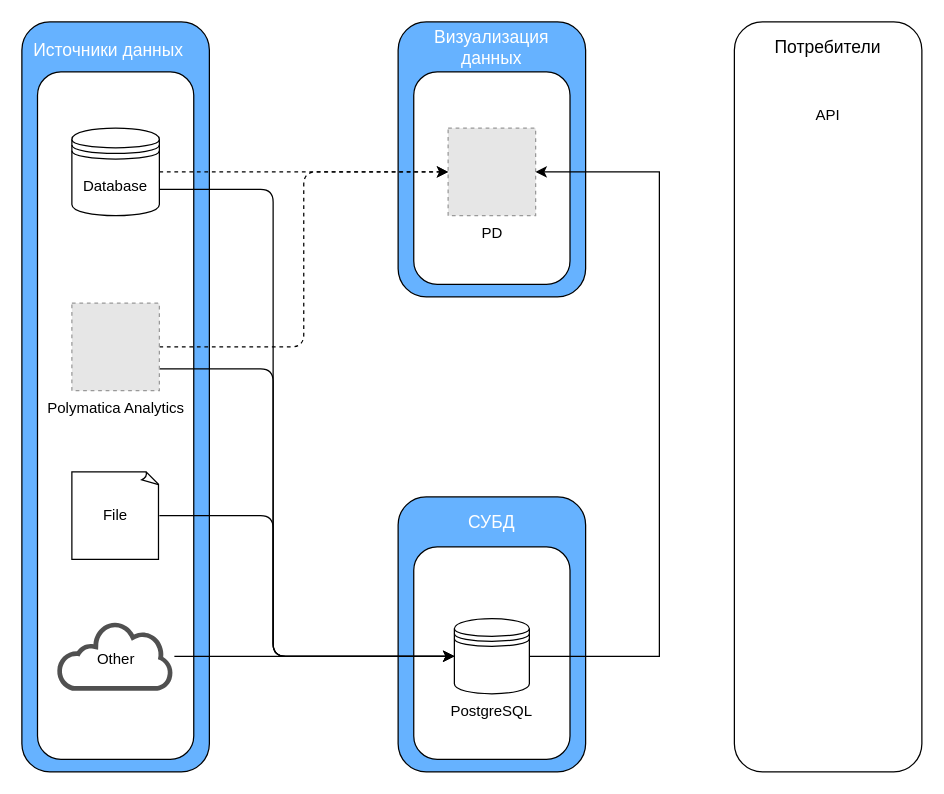
FYamaev/draw.io keeps this draw.io diagram as page "Страница — 5" (6 of 6) of YDB-PD_v3.drawio. Above is the earlier version. Source tidied: cells renumbered, new cells numbered last; positions are measured from the earlier drawing's top-left corner, leaving out a move shared by most shapes. Both pictures are drawn from the tidied source at 125%, with x=0, y=0 at pixel (21, 21). Pictures stored in the file or linked from it are replaced by grey dashed boxes.
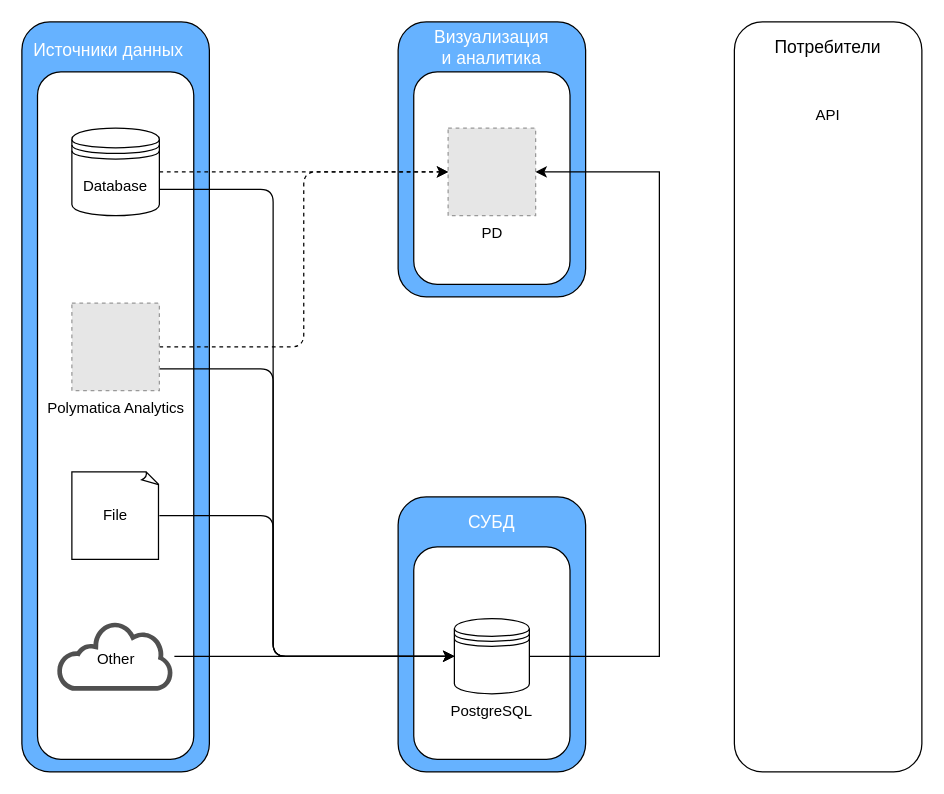
The same page after the edit.

Diff of the diagram source:
```diff
@@
-    <mxCell id="12" value="&lt;font color=&quot;#ffffff&quot;&gt;&lt;span style=&quot;font-size: 14px;&quot;&gt;Визуализация данных&lt;/span&gt;&lt;/font&gt;" style="text;html=1;align=center;verticalAlign=middle;whiteSpace=wrap;rounded=0;" parent="1" vertex="1">
+    <mxCell id="12" value="&lt;font color=&quot;#ffffff&quot;&gt;&lt;span style=&quot;font-size: 14px;&quot;&gt;Визуализация и аналитика&lt;/span&gt;&lt;/font&gt;" style="text;html=1;align=center;verticalAlign=middle;whiteSpace=wrap;rounded=0;" parent="1" vertex="1">
       <mxGeometry x="331" y="5" width="90" height="30" as="geometry" />
     </mxCell>
```
